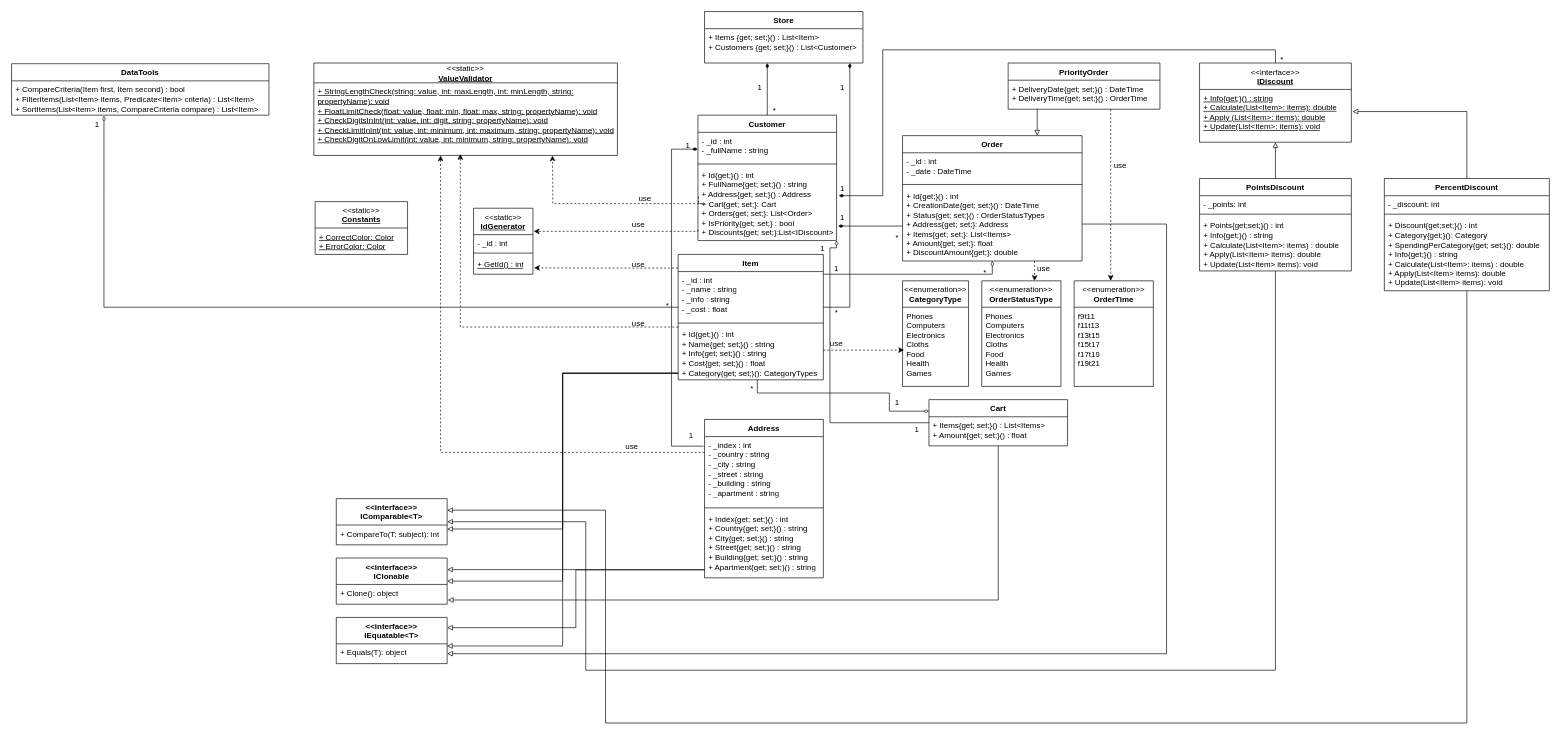
The draw.io diagram oop-winform/Diagram.drawio in antoniocra04/oop-winform, before the edit. Source tidied: cells renumbered, new cells numbered last; positions are measured from the earlier drawing's top-left corner, leaving out a move shared by most shapes. Both pictures are drawn from the tidied source at 66%, with x=0, y=0 at pixel (11, 11).
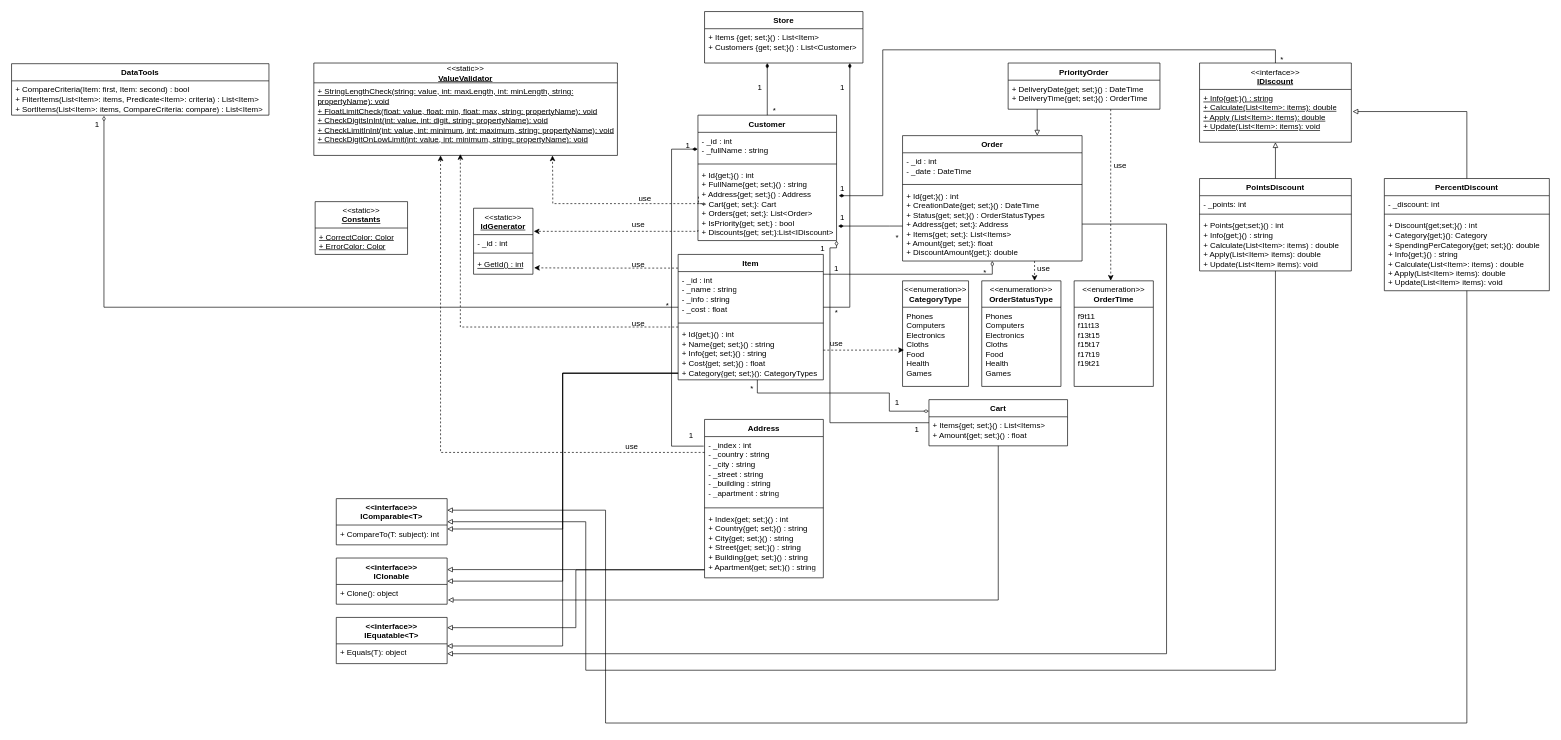
After the change.

Commit message (it also covers changes not shown here):
fix(diagram, ItemTab): исправление замечаний

The change refers to these unchanged cells:
```xml
<mxCell id="106" value="DataTools" style="swimlane;fontStyle=1;align=center;verticalAlign=top;horizontal=1;startSize=26;whiteSpace=wrap;html=1;" parent="1" vertex="1">
  <mxGeometry y="79" width="390" height="78" as="geometry" />
</mxCell>
```

Diff of the diagram source:
```diff
@@
-    <mxCell id="107" value="+ CompareCriteria(Item first, Item second) : bool&lt;br&gt;+ FilterItems(List&amp;lt;Item&amp;gt; items, Predicate&amp;lt;Item&amp;gt; criteria) :&amp;nbsp;List&amp;lt;Item&amp;gt;&lt;div&gt;+&amp;nbsp;SortItems(List&amp;lt;Item&amp;gt; items, CompareCriteria compare) :&amp;nbsp;List&amp;lt;Item&amp;gt;&lt;/div&gt;" style="text;strokeColor=none;fillColor=none;align=left;verticalAlign=top;spacingLeft=4;spacingRight=4;overflow=hidden;points=[[0,0.5],[1,0.5]];portConstraint=eastwest;whiteSpace=wrap;html=1;" parent="106" vertex="1">
+    <mxCell id="107" value="+ CompareCriteria(Item: first, Item: second) : bool&lt;br&gt;+ FilterItems(List&amp;lt;Item&amp;gt;: items, Predicate&amp;lt;Item&amp;gt;: criteria) :&amp;nbsp;List&amp;lt;Item&amp;gt;&lt;div&gt;+&amp;nbsp;SortItems(List&amp;lt;Item&amp;gt;: items, CompareCriteria: compare) :&amp;nbsp;List&amp;lt;Item&amp;gt;&lt;/div&gt;" style="text;strokeColor=none;fillColor=none;align=left;verticalAlign=top;spacingLeft=4;spacingRight=4;overflow=hidden;points=[[0,0.5],[1,0.5]];portConstraint=eastwest;whiteSpace=wrap;html=1;" parent="106" vertex="1">
       <mxGeometry y="26" width="390" height="52" as="geometry" />
     </mxCell>
```
